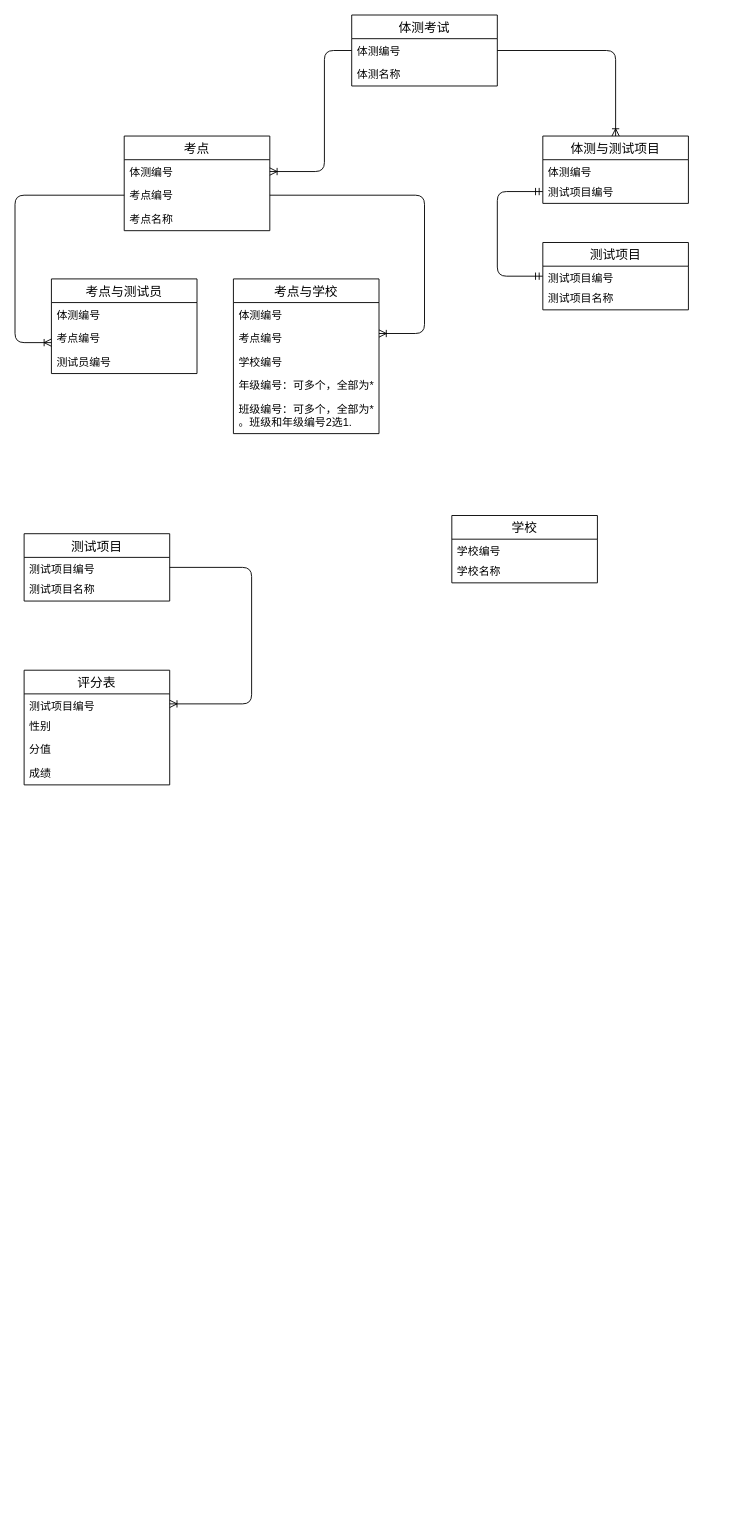
Before: draw.io/schoolvideo.drawio in Kevin-Huang-NZ/notes, a draw.io diagram. Source tidied: cells renumbered, new cells numbered last; positions are measured from the earlier drawing's top-left corner, leaving out a move shared by most shapes. Both pictures are drawn from the tidied source at 91%, with x=0, y=0 at pixel (15, 15).
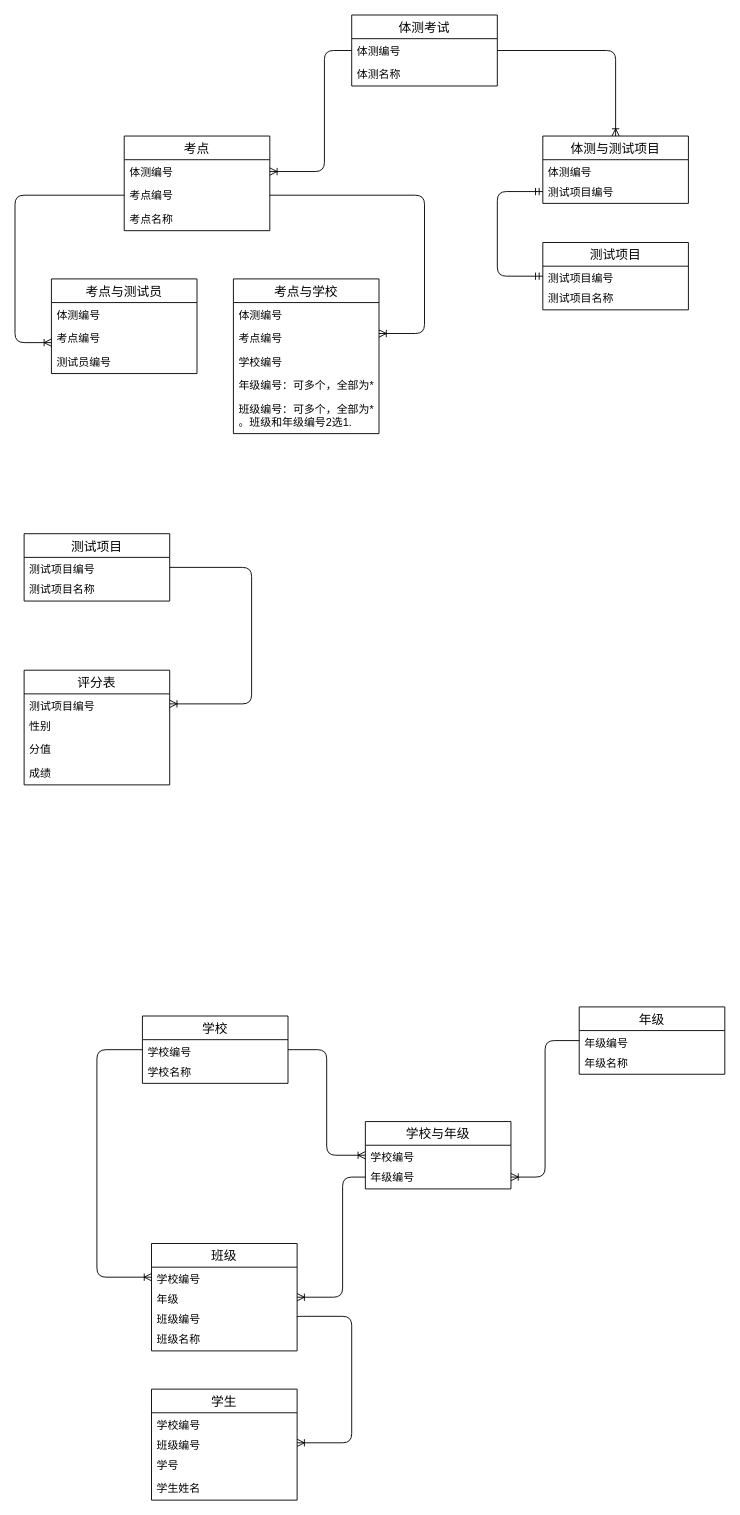
The same page after the edit.

Unchanged cells that the change refers to:
```xml
<mxCell id="40" value="学校编号" style="text;strokeColor=none;fillColor=none;spacingLeft=4;spacingRight=4;overflow=hidden;points=[[0,0.5],[1,0.5]];portConstraint=eastwest;fontSize=12;" parent="39" vertex="1">
  <mxGeometry y="26" width="160" height="22" as="geometry" />
</mxCell>
```

Change to the diagram source:
```diff
@@
+    <mxCell id="42" style="edgeStyle=orthogonalEdgeStyle;fontSize=12;html=1;endArrow=ERoneToMany;exitX=1;exitY=0.5;exitDx=0;exitDy=0;entryX=0;entryY=0.5;entryDx=0;entryDy=0;" parent="1" edge="1" source="40" target="46">
+      <mxGeometry relative="1" as="geometry" />
+    </mxCell>
+    <mxCell id="43" style="edgeStyle=orthogonalEdgeStyle;fontSize=12;html=1;endArrow=ERoneToMany;exitX=0;exitY=0.5;exitDx=0;exitDy=0;entryX=1;entryY=0.5;entryDx=0;entryDy=0;" parent="1" edge="1" source="49" target="47">
+      <mxGeometry relative="1" as="geometry" />
+    </mxCell>
+    <mxCell id="44" style="edgeStyle=orthogonalEdgeStyle;fontSize=12;html=1;endArrow=ERoneToMany;exitX=0;exitY=0.5;exitDx=0;exitDy=0;entryX=0;entryY=0.5;entryDx=0;entryDy=0;" parent="1" edge="1" source="40" target="53">
+      <mxGeometry relative="1" as="geometry">
+        <Array as="points">
+          <mxPoint x="90" y="1137" />
+          <mxPoint x="90" y="1387" />
+        </Array>
+      </mxGeometry>
+    </mxCell>
     <mxCell id="39" value="学校" style="swimlane;fontStyle=0;horizontal=1;startSize=26;align=center;fontSize=14;" parent="1" vertex="1">
-      <mxGeometry x="480" y="550" width="160" height="74" as="geometry" />
+      <mxGeometry x="140" y="1100" width="160" height="74" as="geometry" />
     </mxCell>
@@
+    <mxCell id="45" value="学校与年级" style="swimlane;fontStyle=0;horizontal=1;startSize=26;align=center;fontSize=14;" parent="1" vertex="1">
+      <mxGeometry x="385" y="1216" width="160" height="74" as="geometry" />
+    </mxCell>
+    <mxCell id="46" value="学校编号" style="text;strokeColor=none;fillColor=none;spacingLeft=4;spacingRight=4;overflow=hidden;points=[[0,0.5],[1,0.5]];portConstraint=eastwest;fontSize=12;" parent="45" vertex="1">
+      <mxGeometry y="26" width="160" height="22" as="geometry" />
+    </mxCell>
+    <mxCell id="47" value="年级编号" style="text;strokeColor=none;fillColor=none;spacingLeft=4;spacingRight=4;overflow=hidden;points=[[0,0.5],[1,0.5]];portConstraint=eastwest;fontSize=12;" parent="45" vertex="1">
+      <mxGeometry y="48" width="160" height="26" as="geometry" />
+    </mxCell>
+    <mxCell id="48" value="年级" style="swimlane;fontStyle=0;horizontal=1;startSize=26;align=center;fontSize=14;" parent="1" vertex="1">
+      <mxGeometry x="620" y="1090" width="160" height="74" as="geometry" />
+    </mxCell>
+    <mxCell id="49" value="年级编号" style="text;strokeColor=none;fillColor=none;spacingLeft=4;spacingRight=4;overflow=hidden;points=[[0,0.5],[1,0.5]];portConstraint=eastwest;fontSize=12;" parent="48" vertex="1">
+      <mxGeometry y="26" width="160" height="22" as="geometry" />
+    </mxCell>
+    <mxCell id="50" value="年级名称" style="text;strokeColor=none;fillColor=none;spacingLeft=4;spacingRight=4;overflow=hidden;fontSize=12;" parent="48" vertex="1">
+      <mxGeometry y="48" width="160" height="26" as="geometry" />
+    </mxCell>
+    <mxCell id="51" style="edgeStyle=orthogonalEdgeStyle;fontSize=12;html=1;endArrow=ERoneToMany;exitX=1;exitY=0.5;exitDx=0;exitDy=0;entryX=1;entryY=0.5;entryDx=0;entryDy=0;" parent="1" edge="1" source="55" target="59">
+      <mxGeometry relative="1" as="geometry">
+        <Array as="points">
+          <mxPoint x="310" y="1430" />
+          <mxPoint x="370" y="1430" />
+          <mxPoint x="370" y="1569" />
+        </Array>
+      </mxGeometry>
+    </mxCell>
+    <mxCell id="52" value="班级" style="swimlane;fontStyle=0;horizontal=1;startSize=26;align=center;fontSize=14;" parent="1" vertex="1">
+      <mxGeometry x="150" y="1350" width="160" height="118" as="geometry" />
+    </mxCell>
+    <mxCell id="53" value="学校编号" style="text;strokeColor=none;fillColor=none;spacingLeft=4;spacingRight=4;overflow=hidden;points=[[0,0.5],[1,0.5]];portConstraint=eastwest;fontSize=12;" parent="52" vertex="1">
+      <mxGeometry y="26" width="160" height="22" as="geometry" />
+    </mxCell>
+    <mxCell id="54" value="年级" style="text;strokeColor=none;fillColor=none;spacingLeft=4;spacingRight=4;overflow=hidden;points=[[0,0.5],[1,0.5]];portConstraint=eastwest;fontSize=12;" parent="52" vertex="1">
+      <mxGeometry y="48" width="160" height="22" as="geometry" />
+    </mxCell>
+    <mxCell id="55" value="班级编号" style="text;strokeColor=none;fillColor=none;spacingLeft=4;spacingRight=4;overflow=hidden;points=[[0,0.5],[1,0.5]];portConstraint=eastwest;fontSize=12;" parent="52" vertex="1">
+      <mxGeometry y="70" width="160" height="22" as="geometry" />
+    </mxCell>
+    <mxCell id="56" value="班级名称" style="text;strokeColor=none;fillColor=none;spacingLeft=4;spacingRight=4;overflow=hidden;fontSize=12;" parent="52" vertex="1">
+      <mxGeometry y="92" width="160" height="26" as="geometry" />
+    </mxCell>
+    <mxCell id="57" value="学生" style="swimlane;fontStyle=0;horizontal=1;startSize=26;align=center;fontSize=14;" parent="1" vertex="1">
+      <mxGeometry x="150" y="1510" width="160" height="122" as="geometry" />
+    </mxCell>
+    <mxCell id="58" value="学校编号" style="text;strokeColor=none;fillColor=none;spacingLeft=4;spacingRight=4;overflow=hidden;fontSize=12;" parent="57" vertex="1">
+      <mxGeometry y="26" width="160" height="22" as="geometry" />
+    </mxCell>
+    <mxCell id="59" value="班级编号" style="text;strokeColor=none;fillColor=none;spacingLeft=4;spacingRight=4;overflow=hidden;points=[[0,0.5],[1,0.5]];portConstraint=eastwest;fontSize=12;" parent="57" vertex="1">
+      <mxGeometry y="48" width="160" height="22" as="geometry" />
+    </mxCell>
+    <mxCell id="60" value="学号" style="text;strokeColor=none;fillColor=none;spacingLeft=4;spacingRight=4;overflow=hidden;fontSize=12;" parent="57" vertex="1">
+      <mxGeometry y="70" width="160" height="26" as="geometry" />
+    </mxCell>
+    <mxCell id="61" value="学生姓名" style="text;strokeColor=none;fillColor=none;spacingLeft=4;spacingRight=4;overflow=hidden;fontSize=12;" parent="57" vertex="1">
+      <mxGeometry y="96" width="160" height="26" as="geometry" />
+    </mxCell>
+    <mxCell id="62" style="edgeStyle=orthogonalEdgeStyle;fontSize=12;html=1;endArrow=ERoneToMany;exitX=0;exitY=0.5;exitDx=0;exitDy=0;entryX=1;entryY=0.5;entryDx=0;entryDy=0;" parent="1" edge="1" source="47" target="54">
+      <mxGeometry relative="1" as="geometry">
+        <Array as="points">
+          <mxPoint x="360" y="1277" />
+          <mxPoint x="360" y="1409" />
+        </Array>
+      </mxGeometry>
+    </mxCell>
```
